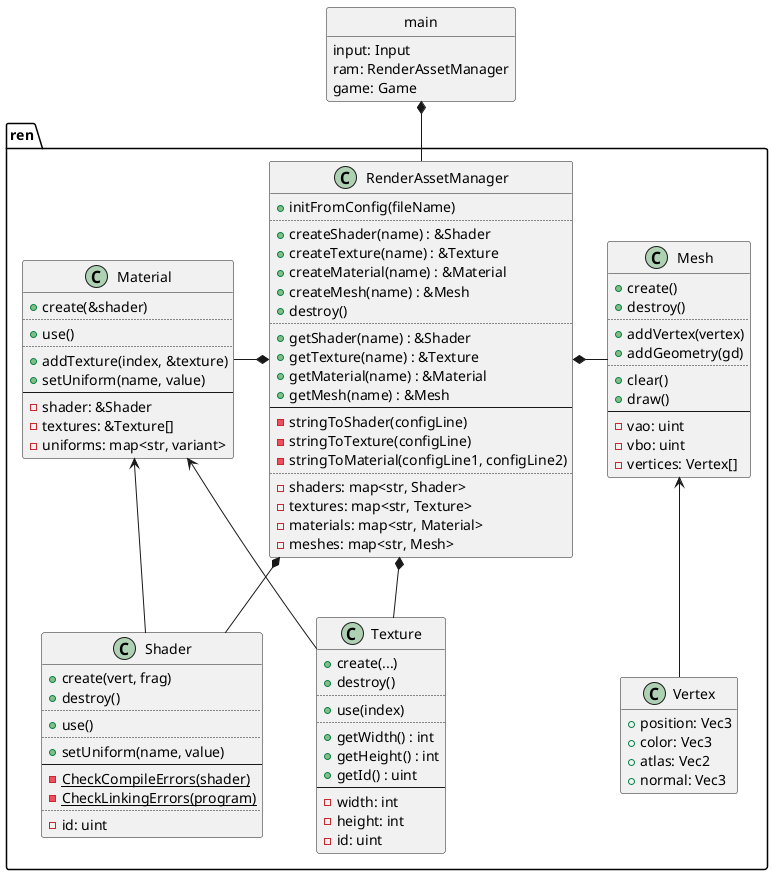
Above: design/assets.png in ba6er/marblemaze (PlantUML), before the change.
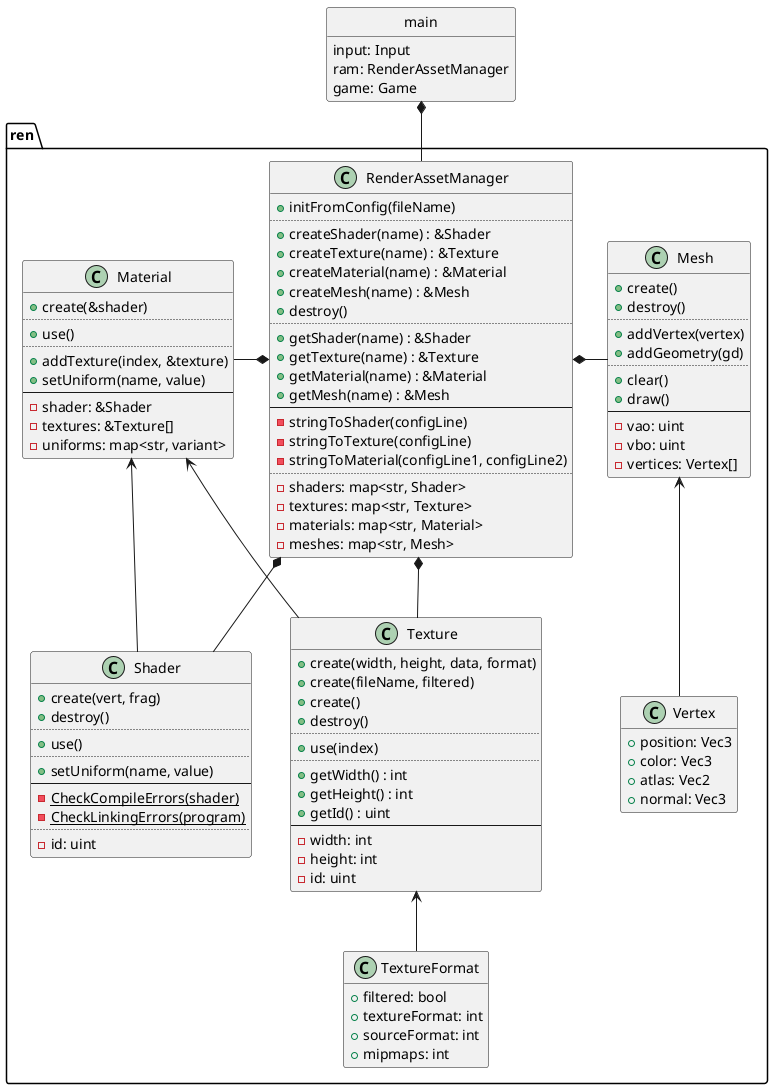
After the change.

Commit message:
Added ren::TextureFormat for loading textures

Diff of the diagram source:
```diff
@@ -15,8 +15,18 @@
 	-id: uint
 }
 
+class ren::TextureFormat {
+	+filtered: bool
+	+textureFormat: int
+	+sourceFormat: int
+	+mipmaps: int
+}
+hide TextureFormat methods
+
 class ren::Texture {
-	+create(...)
+	+create(width, height, data, format)
+	+create(fileName, filtered)
+	+create()
 	+destroy()
 	..
 	+use(index)
@@ -98,6 +108,8 @@
 hide main circle
 hide main methods
 
+Texture <-down- TextureFormat
+
 RenderAssetManager *-down- Shader
 RenderAssetManager *-down- Texture
 RenderAssetManager *-left- Material
```
